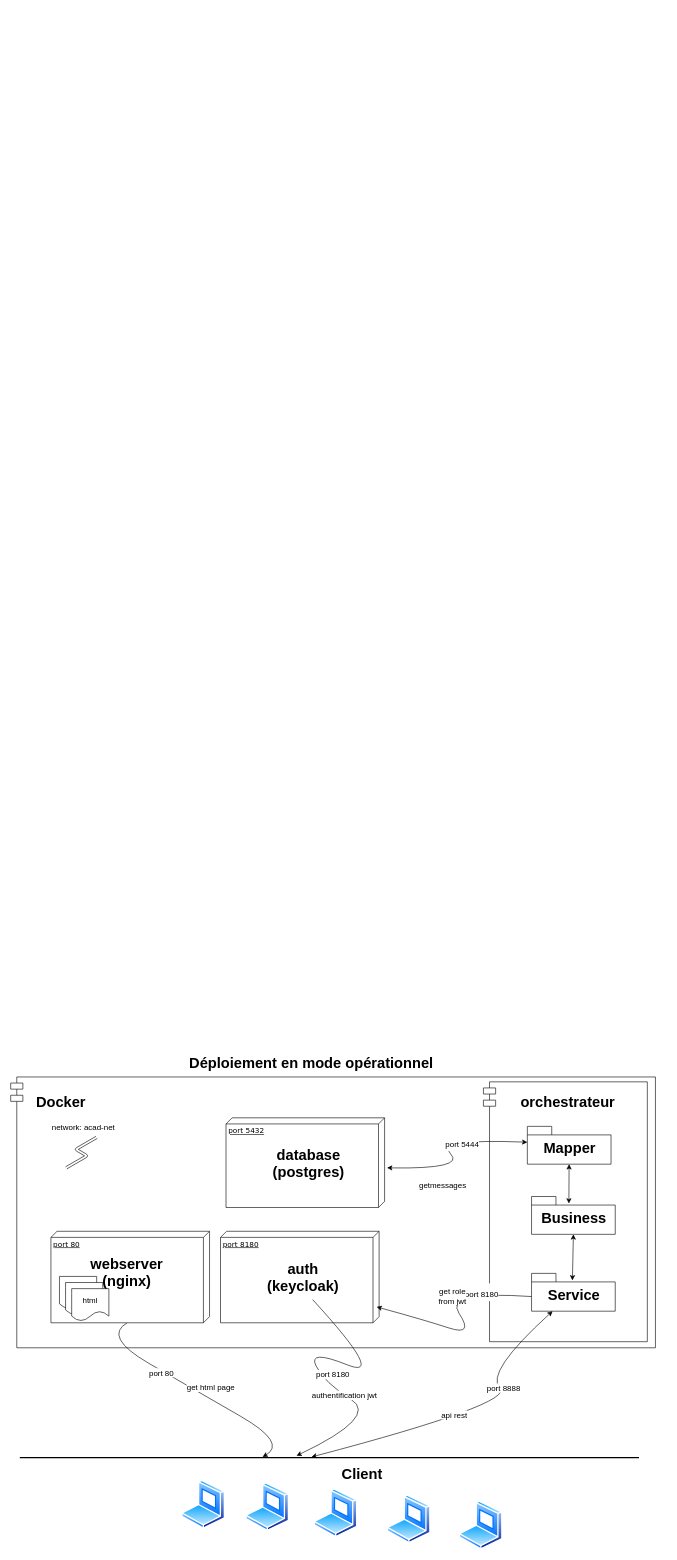
The draw.io diagram deploiement-operationnel.drawio in ProjetUdS/S3_P6, before the edit. Source tidied: cells renumbered, new cells numbered last; positions are measured from the earlier drawing's top-left corner, leaving out a move shared by most shapes. Both pictures are drawn from the tidied source at 61%, with x=0, y=0 at pixel (10, 1051).
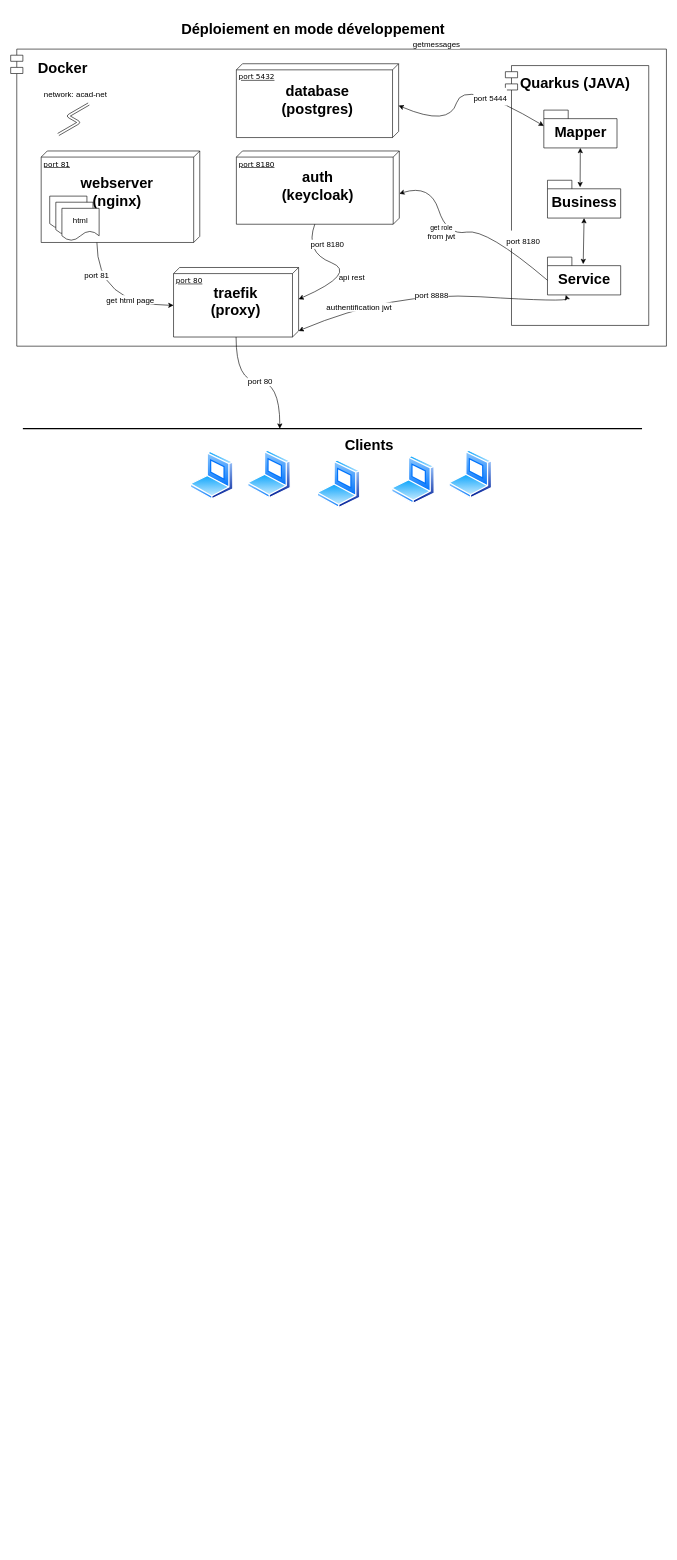
The same diagram, later.

The change refers to these unchanged cells:
```xml
<mxCell id="36" style="group;" parent="35" vertex="1">
  <mxGeometry width="260" height="155" as="geometry" />
</mxCell>
```

What changed in the source:
```diff
@@
     <mxCell id="2" style="perimeter=ellipsePerimeter;html=1;align=center;shadow=0;dashed=0;spacingTop=3;image;image=img/lib/active_directory/laptop_client.svg;" parent="1" vertex="1">
-      <mxGeometry x="280" y="703" width="72" height="80" as="geometry" />
+      <mxGeometry x="294" y="-984" width="72" height="80" as="geometry" />
     </mxCell>
     <mxCell id="3" style="perimeter=ellipsePerimeter;html=1;align=center;shadow=0;dashed=0;spacingTop=3;image;image=img/lib/active_directory/laptop_client.svg;" parent="1" vertex="1">
-      <mxGeometry x="385" y="707" width="72" height="80" as="geometry" />
+      <mxGeometry x="388" y="-986" width="72" height="80" as="geometry" />
     </mxCell>
     <mxCell id="4" style="perimeter=ellipsePerimeter;html=1;align=center;shadow=0;dashed=0;spacingTop=3;image;image=img/lib/active_directory/laptop_client.svg;" parent="1" vertex="1">
-      <mxGeometry x="497" y="717" width="72" height="80" as="geometry" />
+      <mxGeometry x="502" y="-970" width="72" height="80" as="geometry" />
     </mxCell>
     <mxCell id="5" style="perimeter=ellipsePerimeter;html=1;align=center;shadow=0;dashed=0;spacingTop=3;image;image=img/lib/active_directory/laptop_client.svg;" parent="1" vertex="1">
-      <mxGeometry x="617" y="727" width="72" height="80" as="geometry" />
+      <mxGeometry x="624" y="-977" width="72" height="80" as="geometry" />
     </mxCell>
     <mxCell id="6" style="perimeter=ellipsePerimeter;html=1;align=center;shadow=0;dashed=0;spacingTop=3;image;image=img/lib/active_directory/laptop_client.svg;" parent="1" vertex="1">
-      <mxGeometry x="735" y="737" width="72" height="80" as="geometry" />
+      <mxGeometry x="718" y="-986" width="72" height="80" as="geometry" />
     </mxCell>
     <mxCell id="7" style="line;strokeWidth=2;html=1;" parent="1" vertex="1">
-      <mxGeometry x="15" y="661" width="1015" height="10" as="geometry" />
+      <mxGeometry x="20" y="-1026" width="1015" height="10" as="geometry" />
     </mxCell>
-    <mxCell id="8" value="&lt;h1&gt;Client&lt;/h1&gt;" style="text;html=1;strokeColor=none;fillColor=none;spacing=5;spacingTop=-20;whiteSpace=wrap;overflow=hidden;rounded=0;" parent="1" vertex="1">
-      <mxGeometry x="538" y="674" width="120" height="50" as="geometry" />
+    <mxCell id="8" value="&lt;h1&gt;Clients&lt;/h1&gt;" style="text;html=1;strokeColor=none;fillColor=none;spacing=5;spacingTop=-20;whiteSpace=wrap;overflow=hidden;rounded=0;" parent="1" vertex="1">
+      <mxGeometry x="543" y="-1013" width="95" height="38" as="geometry" />
     </mxCell>
     <mxCell id="9" style="shape=module;align=left;spacingLeft=20;align=center;verticalAlign=top;" parent="1" vertex="1">
-      <mxGeometry y="42" width="1057" height="444" as="geometry" />
+      <mxGeometry y="-1643" width="1075" height="487" as="geometry" />
     </mxCell>
-    <mxCell id="10" style="endArrow=none;html=1;entryX=0;entryY=0;entryDx=150;entryDy=135;entryPerimeter=0;exitX=0.392;exitY=0.4;exitDx=0;exitDy=0;exitPerimeter=0;edgeStyle=isometricEdgeStyle;curved=1;startArrow=classic;startFill=1;" parent="1" edge="1" source="7" target="37">
-      <mxGeometry relative="1" as="geometry" />
+    <mxCell id="10" style="endArrow=none;html=1;entryX=0.992;entryY=0.649;entryDx=0;entryDy=0;entryPerimeter=0;exitX=0;exitY=0;exitDx=62;exitDy=205;exitPerimeter=0;edgeStyle=orthogonalEdgeStyle;startArrow=classic;startFill=1;rounded=0;elbow=vertical;curved=1;endFill=0;" parent="1" edge="1" source="52" target="37">
+      <mxGeometry relative="1" as="geometry">
+        <Array as="points">
+          <mxPoint x="141" y="-1223" />
+        </Array>
+      </mxGeometry>
     </mxCell>
-    <mxCell id="11" value="port 80" style="edgeLabel;html=1;align=center;verticalAlign=middle;fontSize=13;" parent="10" vertex="1">
+    <mxCell id="11" value="port 81" style="edgeLabel;html=1;align=center;verticalAlign=middle;fontSize=13;" parent="10" vertex="1">
       <mxGeometry x="-0.2" y="-3" relative="1" as="geometry">
-        <mxPoint x="-95" y="-48" as="offset" />
+        <mxPoint x="-35" y="-47" as="offset" />
       </mxGeometry>
     </mxCell>
     <mxCell id="12" style="group;" parent="1" vertex="1">
-      <mxGeometry x="344" y="295" width="260" height="150" as="geometry" />
+      <mxGeometry x="370" y="-1476" width="268" height="121" as="geometry" />
     </mxCell>
     <mxCell id="13" value="port 8180" style="verticalAlign=top;align=left;spacingTop=8;spacingLeft=2;spacingRight=12;shape=cube;size=10;direction=south;fontStyle=4;html=1;rounded=0;shadow=0;comic=0;labelBackgroundColor=none;strokeWidth=1;fontFamily=Verdana;fontSize=12;" parent="12" vertex="1">
-      <mxGeometry width="260" height="150" as="geometry" />
+      <mxGeometry width="267.1" height="120.1" as="geometry" />
     </mxCell>
     <mxCell id="14" value="&lt;h1&gt;auth (keycloak)&lt;/h1&gt;" style="text;html=1;strokeColor=none;fillColor=none;spacing=5;spacingTop=-20;whiteSpace=wrap;overflow=hidden;rounded=0;align=center;" parent="12" vertex="1">
-      <mxGeometry x="62" y="42" width="147" height="70" as="geometry" />
+      <mxGeometry x="67.2" y="23.8" width="132.7" height="73.4" as="geometry" />
     </mxCell>
     <mxCell id="15" style="group;" parent="1" vertex="1">
-      <mxGeometry x="353" y="109" width="260" height="147" as="geometry" />
+      <mxGeometry x="370" y="-1619" width="266" height="121" as="geometry" />
     </mxCell>
     <mxCell id="16" value="port 5432" style="verticalAlign=top;align=left;spacingTop=8;spacingLeft=2;spacingRight=12;shape=cube;size=10;direction=south;fontStyle=4;html=1;rounded=0;shadow=0;comic=0;labelBackgroundColor=none;strokeWidth=1;fontFamily=Verdana;fontSize=12;" parent="15" vertex="1">
-      <mxGeometry width="260" height="147" as="geometry" />
+      <mxGeometry width="266" height="121" as="geometry" />
     </mxCell>
     <mxCell id="17" value="&lt;h1&gt;database (postgres)&lt;/h1&gt;" style="text;html=1;strokeColor=none;fillColor=none;spacing=5;spacingTop=-20;whiteSpace=wrap;overflow=hidden;rounded=0;align=center;" parent="15" vertex="1">
-      <mxGeometry x="62" y="41.2" width="147" height="68.6" as="geometry" />
+      <mxGeometry x="57.8" y="26" width="150.4" height="69" as="geometry" />
     </mxCell>
     <mxCell id="18" value="&lt;b style=&quot;border-color: var(--border-color);&quot;&gt;&lt;font style=&quot;border-color: var(--border-color); font-size: 24px;&quot;&gt;Docker&lt;/font&gt;&lt;/b&gt;" style="text;html=1;align=center;verticalAlign=middle;fillColor=none;strokeColor=none;rounded=0;" parent="1" vertex="1">
-      <mxGeometry x="32" y="63" width="99" height="41" as="geometry" />
+      <mxGeometry x="35" y="-1633" width="99" height="41" as="geometry" />
     </mxCell>
@@
     <mxCell id="20" style="group;" parent="1" vertex="1">
-      <mxGeometry x="775" y="50" width="279" height="426" as="geometry" />
+      <mxGeometry x="811" y="-1616" width="235" height="426" as="geometry" />
     </mxCell>
     <mxCell id="21" style="shape=module;align=left;spacingLeft=20;align=center;verticalAlign=top;" parent="20" vertex="1">
-      <mxGeometry width="268.7" height="426" as="geometry" />
+      <mxGeometry width="235" height="426" as="geometry" />
     </mxCell>
+    <mxCell id="50" value="&lt;span style=&quot;font-size: 24px;&quot;&gt;&lt;b&gt;Quarkus (JAVA)&lt;/b&gt;&lt;/span&gt;" style="text;html=1;align=center;verticalAlign=middle;fillColor=none;strokeColor=none;rounded=0;" parent="20" vertex="1">
+      <mxGeometry x="14" y="8" width="199" height="41" as="geometry" />
+    </mxCell>
     <mxCell id="22" value="Mapper" style="shape=folder;fontStyle=1;spacingTop=10;tabWidth=40;tabHeight=14;tabPosition=left;html=1;fontSize=24;" parent="20" vertex="1">
-      <mxGeometry x="72" y="73" width="137.2" height="62" as="geometry" />
+      <mxGeometry x="63" y="73" width="120" height="62" as="geometry" />
     </mxCell>
     <mxCell id="23" value="Business" style="shape=folder;fontStyle=1;spacingTop=10;tabWidth=40;tabHeight=14;tabPosition=left;html=1;fontSize=24;" parent="20" vertex="1">
-      <mxGeometry x="78.9" y="188" width="137.2" height="62" as="geometry" />
+      <mxGeometry x="69" y="188" width="120" height="62" as="geometry" />
     </mxCell>
     <mxCell id="24" value="Service" style="shape=folder;fontStyle=1;spacingTop=10;tabWidth=40;tabHeight=14;tabPosition=left;html=1;fontSize=24;" parent="20" vertex="1">
-      <mxGeometry x="78.9" y="314" width="137.2" height="62" as="geometry" />
+      <mxGeometry x="69" y="314" width="120" height="62" as="geometry" />
     </mxCell>
@@
-    <mxCell id="27" value="&lt;b style=&quot;border-color: var(--border-color);&quot;&gt;&lt;font style=&quot;border-color: var(--border-color); font-size: 24px;&quot;&gt;orchestrateur&lt;/font&gt;&lt;/b&gt;" style="text;html=1;align=center;verticalAlign=middle;fillColor=none;strokeColor=none;rounded=0;" parent="20" vertex="1">
-      <mxGeometry x="51" y="13" width="173" height="41" as="geometry" />
-    </mxCell>
-    <mxCell id="28" style="curved=1;endArrow=classic;html=1;rounded=0;fontSize=13;exitX=0.471;exitY=0.4;exitDx=0;exitDy=0;exitPerimeter=0;startArrow=classic;startFill=1;" parent="1" edge="1" source="7" target="24">
+    <mxCell id="28" style="curved=1;endArrow=classic;html=1;rounded=0;fontSize=13;exitX=0;exitY=0;exitDx=103.99999999999999;exitDy=0;exitPerimeter=0;startArrow=classic;startFill=1;entryX=0.25;entryY=1;entryDx=0;entryDy=0;entryPerimeter=0;" parent="1" edge="1" source="52" target="24">
       <mxGeometry relative="1" as="geometry">
         <Array as="points">
-          <mxPoint x="827" y="577" />
-          <mxPoint x="777" y="527" />
+          <mxPoint x="625" y="-1246" />
+          <mxPoint x="914" y="-1228" />
         </Array>
       </mxGeometry>
     </mxCell>
     <mxCell id="29" value="port 8888" style="edgeLabel;html=1;align=center;verticalAlign=middle;fontSize=13;" parent="28" vertex="1">
-      <mxGeometry x="0.33" y="-4" relative="1" as="geometry" />
+      <mxGeometry x="0.33" y="-4" relative="1" as="geometry">
+        <mxPoint x="-81" y="-7" as="offset" />
+      </mxGeometry>
     </mxCell>
     <mxCell id="30" value="api rest" style="edgeLabel;html=1;align=center;verticalAlign=middle;fontSize=13;" parent="28" vertex="1">
-      <mxGeometry x="-0.14" y="8" relative="1" as="geometry" />
+      <mxGeometry x="-0.14" y="8" relative="1" as="geometry">
+        <mxPoint x="-102" y="-18" as="offset" />
+      </mxGeometry>
     </mxCell>
-    <mxCell id="31" style="curved=1;endArrow=none;html=1;rounded=0;fontSize=24;entryX=0;entryY=0;entryDx=0;entryDy=38;entryPerimeter=0;strokeColor=default;startArrow=classic;startFill=1;endFill=0;" parent="1" edge="1" target="24">
+    <mxCell id="31" style="curved=1;endArrow=none;html=1;rounded=0;fontSize=24;entryX=0;entryY=0;entryDx=0;entryDy=38;entryPerimeter=0;strokeColor=default;startArrow=classic;startFill=1;endFill=0;exitX=0;exitY=0;exitDx=70;exitDy=0;exitPerimeter=0;" parent="1" edge="1" source="13" target="24">
       <mxGeometry relative="1" as="geometry">
-        <mxPoint x="600" y="419" as="sourcePoint" />
         <Array as="points">
-          <mxPoint x="677" y="440" />
-          <mxPoint x="760" y="467" />
-          <mxPoint x="710" y="392" />
+          <mxPoint x="688" y="-1422" />
+          <mxPoint x="715" y="-1337" />
+          <mxPoint x="780" y="-1349" />
         </Array>
       </mxGeometry>
     </mxCell>
@@
+    <mxCell id="46" value="get role&lt;br style=&quot;border-color: rgb(218, 220, 224); font-size: 13px;&quot;&gt;&lt;span style=&quot;font-size: 13px;&quot;&gt;from jwt&lt;/span&gt;" style="edgeLabel;html=1;align=center;verticalAlign=middle;" parent="31" vertex="1">
+      <mxGeometry x="-0.34" relative="1" as="geometry">
+        <mxPoint y="24" as="offset" />
+      </mxGeometry>
+    </mxCell>
     <mxCell id="33" style="endArrow=classic;html=1;fontSize=13;strokeColor=default;shape=link;edgeStyle=isometricEdgeStyle;" parent="1" edge="1">
       <mxGeometry relative="1" as="geometry">
-        <mxPoint x="91" y="191" as="sourcePoint" />
-        <mxPoint x="141" y="141" as="targetPoint" />
+        <mxPoint x="78" y="-1503" as="sourcePoint" />
+        <mxPoint x="128" y="-1553" as="targetPoint" />
       </mxGeometry>
     </mxCell>
     <mxCell id="34" value="&lt;font style=&quot;font-size: 13px;&quot;&gt;network: acad-net&lt;/font&gt;" style="edgeLabel;html=1;align=center;verticalAlign=middle;fontSize=24;" parent="1" vertex="1">
-      <mxGeometry x="118" y="121" as="geometry" />
+      <mxGeometry x="105" y="-1573" as="geometry" />
     </mxCell>
     <mxCell id="35" style="group;" parent="1" vertex="1">
-      <mxGeometry x="66" y="295" width="260" height="155" as="geometry" />
+      <mxGeometry x="50" y="-1476" width="260" height="155" as="geometry" />
     </mxCell>
@@
-    <mxCell id="37" value="port 80" style="verticalAlign=top;align=left;spacingTop=8;spacingLeft=2;spacingRight=12;shape=cube;size=10;direction=south;fontStyle=4;html=1;rounded=0;shadow=0;comic=0;labelBackgroundColor=none;strokeWidth=1;fontFamily=Verdana;fontSize=12;" parent="36" vertex="1">
+    <mxCell id="37" value="port 81" style="verticalAlign=top;align=left;spacingTop=8;spacingLeft=2;spacingRight=12;shape=cube;size=10;direction=south;fontStyle=4;html=1;rounded=0;shadow=0;comic=0;labelBackgroundColor=none;strokeWidth=1;fontFamily=Verdana;fontSize=12;" parent="36" vertex="1">
       <mxGeometry width="260" height="150" as="geometry" />
     </mxCell>
@@
-    <mxCell id="42" value="port 8180" style="curved=1;endArrow=none;html=1;fontSize=13;strokeColor=default;exitX=0.442;exitY=0.2;exitDx=0;exitDy=0;exitPerimeter=0;startArrow=classic;startFill=1;endFill=0;" parent="1" edge="1">
-      <mxGeometry x="0.16" y="-24" relative="1" as="geometry">
-        <mxPoint x="468.6" y="663" as="sourcePoint" />
-        <mxPoint x="495" y="407" as="targetPoint" />
+    <mxCell id="42" value="port 8180" style="curved=1;endArrow=none;html=1;fontSize=13;strokeColor=default;exitX=0;exitY=0;exitDx=51.99999999999999;exitDy=0;exitPerimeter=0;startArrow=classic;startFill=1;endFill=0;entryX=0;entryY=0;entryDx=120.06563706563706;entryDy=138.54882154882156;entryPerimeter=0;" parent="1" edge="1" source="52" target="13">
+      <mxGeometry x="0.37" y="-27" relative="1" as="geometry">
         <Array as="points">
-          <mxPoint x="603" y="599" />
-          <mxPoint x="514" y="543" />
-          <mxPoint x="487" y="488" />
-          <mxPoint x="617" y="540" />
+          <mxPoint x="569" y="-1276" />
+          <mxPoint x="482" y="-1310" />
         </Array>
+        <mxPoint y="1" as="offset" />
       </mxGeometry>
     </mxCell>
     <mxCell id="43" value="authentification jwt" style="edgeLabel;html=1;align=center;verticalAlign=middle;fontSize=13;" parent="42" vertex="1">
-      <mxGeometry x="-0.32" relative="1" as="geometry" />
+      <mxGeometry x="-0.32" relative="1" as="geometry">
+        <mxPoint x="22" y="47" as="offset" />
+      </mxGeometry>
     </mxCell>
     <mxCell id="44" value="getmessages" style="edgeLabel;html=1;align=center;verticalAlign=middle;fontSize=13;" parent="42" vertex="1">
       <mxGeometry x="-0.32" relative="1" as="geometry">
-        <mxPoint x="161" y="-344" as="offset" />
+        <mxPoint x="149" y="-384" as="offset" />
       </mxGeometry>
     </mxCell>
     <mxCell id="45" value="get html page" style="edgeLabel;html=1;align=center;verticalAlign=middle;fontSize=13;" parent="1" vertex="1">
-      <mxGeometry x="327" y="550" as="geometry" />
+      <mxGeometry x="195" y="-1233" as="geometry" />
     </mxCell>
-    <mxCell id="46" value="get role&lt;br&gt;from jwt" style="edgeLabel;html=1;align=center;verticalAlign=middle;fontSize=13;" parent="1" vertex="1">
-      <mxGeometry x="763" y="595" as="geometry">
-        <mxPoint x="-40" y="-194" as="offset" />
-      </mxGeometry>
-    </mxCell>
-    <mxCell id="47" style="curved=1;endArrow=classic;html=1;rounded=0;fontSize=24;entryX=0;entryY=0;entryDx=0;entryDy=26;entryPerimeter=0;startArrow=classic;startFill=1;" parent="1" edge="1" target="22">
+    <mxCell id="47" style="curved=1;endArrow=classic;html=1;rounded=0;fontSize=24;entryX=0;entryY=0;entryDx=0;entryDy=26;entryPerimeter=0;startArrow=classic;startFill=1;exitX=0;exitY=0;exitDx=68.5;exitDy=0;exitPerimeter=0;" parent="1" edge="1" source="16" target="22">
       <mxGeometry relative="1" as="geometry">
-        <mxPoint x="617" y="191" as="sourcePoint" />
         <Array as="points">
-          <mxPoint x="746" y="193" />
-          <mxPoint x="696" y="143" />
+          <mxPoint x="719" y="-1515" />
+          <mxPoint x="743" y="-1595" />
         </Array>
       </mxGeometry>
     </mxCell>
@@
-    <mxCell id="49" value="&lt;h1&gt;Déploiement en mode opérationnel&lt;/h1&gt;" style="text;html=1;strokeColor=none;fillColor=none;spacing=5;spacingTop=-20;whiteSpace=wrap;overflow=hidden;rounded=0;align=center;" parent="1" vertex="1">
-      <mxGeometry x="248" width="490" height="40" as="geometry" />
+    <mxCell id="49" value="&lt;h1&gt;Déploiement en mode développement&lt;/h1&gt;" style="text;html=1;strokeColor=none;fillColor=none;spacing=5;spacingTop=-20;whiteSpace=wrap;overflow=hidden;rounded=0;align=center;" parent="1" vertex="1">
+      <mxGeometry x="251" y="-1696" width="490" height="40" as="geometry" />
     </mxCell>
+    <mxCell id="51" style="group;" parent="1" vertex="1">
+      <mxGeometry x="267" y="-1285" width="205" height="114" as="geometry" />
+    </mxCell>
+    <mxCell id="52" value="port 80" style="verticalAlign=top;align=left;spacingTop=8;spacingLeft=2;spacingRight=12;shape=cube;size=10;direction=south;fontStyle=4;html=1;rounded=0;shadow=0;comic=0;labelBackgroundColor=none;strokeWidth=1;fontFamily=Verdana;fontSize=12;" parent="51" vertex="1">
+      <mxGeometry width="205" height="114" as="geometry" />
+    </mxCell>
+    <mxCell id="53" value="&lt;h1&gt;traefik (proxy)&lt;/h1&gt;" style="text;html=1;strokeColor=none;fillColor=none;spacing=5;spacingTop=-20;whiteSpace=wrap;overflow=hidden;rounded=0;align=center;" parent="51" vertex="1">
+      <mxGeometry x="45.4" y="21.9" width="114.2" height="70.2" as="geometry" />
+    </mxCell>
+    <mxCell id="54" style="edgeStyle=orthogonalEdgeStyle;rounded=0;jettySize=auto;html=1;entryX=0.415;entryY=0.535;entryDx=0;entryDy=0;entryPerimeter=0;curved=1;" parent="1" edge="1" source="52" target="7">
+      <mxGeometry relative="1" as="geometry" />
+    </mxCell>
+    <mxCell id="55" value="port 80" style="edgeLabel;html=1;align=center;verticalAlign=middle;fontSize=13;" parent="54" vertex="1">
+      <mxGeometry relative="1" as="geometry" />
+    </mxCell>
```
